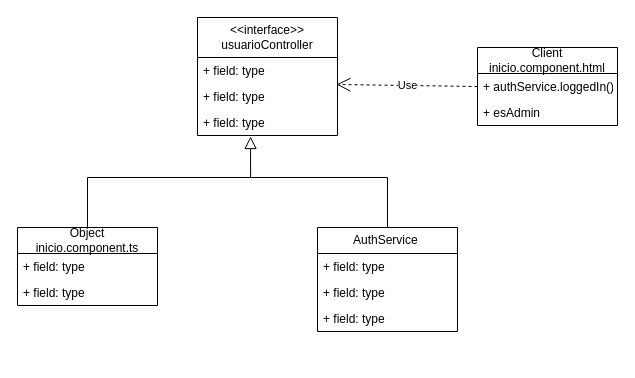
JorgeADnro/Torres keeps this draw.io diagram as Diagramas/ProxyUML.drawio. Above is the earlier version. Source tidied: cells renumbered, new cells numbered last; positions are measured from the earlier drawing's top-left corner, leaving out a move shared by most shapes. Both pictures are drawn from the tidied source at 100%, with x=0, y=0 at pixel (17, 17).
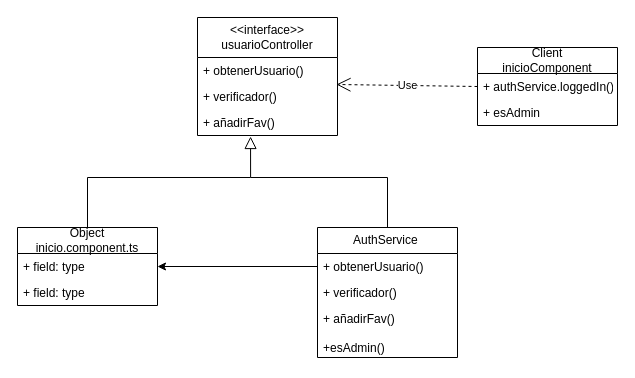
The same page after the edit.

Unchanged cells that the change refers to:
```xml
<mxCell id="2" value="&amp;lt;&amp;lt;interface&amp;gt;&amp;gt;&lt;br&gt;usuarioController" style="swimlane;fontStyle=0;horizontal=1;startSize=40;fillColor=none;whiteSpace=wrap;html=1;" parent="1" vertex="1">
  <mxGeometry x="180" width="140" height="118" as="geometry" />
</mxCell>
<mxCell id="10" value="+ field: type" style="text;strokeColor=none;fillColor=none;align=left;verticalAlign=top;spacingLeft=4;spacingRight=4;overflow=hidden;points=[[0,0.5],[1,0.5]];portConstraint=eastwest;whiteSpace=wrap;html=1;" parent="9" vertex="1">
  <mxGeometry y="26" width="140" height="26" as="geometry" />
</mxCell>
```

Diff of the diagram source:
```diff
@@
-    <mxCell id="3" value="+ field: type" style="text;strokeColor=none;fillColor=none;align=left;verticalAlign=top;spacingLeft=4;spacingRight=4;overflow=hidden;whiteSpace=wrap;html=1;" parent="2" vertex="1">
+    <mxCell id="3" value="+&amp;nbsp;obtenerUsuario()" style="text;strokeColor=none;fillColor=none;align=left;verticalAlign=top;spacingLeft=4;spacingRight=4;overflow=hidden;whiteSpace=wrap;html=1;" parent="2" vertex="1">
       <mxGeometry y="40" width="140" height="26" as="geometry" />
     </mxCell>
-    <mxCell id="4" value="+ field: type" style="text;strokeColor=none;fillColor=none;align=left;verticalAlign=top;spacingLeft=4;spacingRight=4;overflow=hidden;points=[[0,0.5],[1,0.5]];portConstraint=eastwest;whiteSpace=wrap;html=1;" parent="2" vertex="1">
+    <mxCell id="4" value="+&amp;nbsp;verificador()" style="text;strokeColor=none;fillColor=none;align=left;verticalAlign=top;spacingLeft=4;spacingRight=4;overflow=hidden;points=[[0,0.5],[1,0.5]];portConstraint=eastwest;whiteSpace=wrap;html=1;" parent="2" vertex="1">
       <mxGeometry y="66" width="140" height="26" as="geometry" />
     </mxCell>
-    <mxCell id="5" value="+ field: type" style="text;strokeColor=none;fillColor=none;align=left;verticalAlign=top;spacingLeft=4;spacingRight=4;overflow=hidden;points=[[0,0.5],[1,0.5]];portConstraint=eastwest;whiteSpace=wrap;html=1;" parent="2" vertex="1">
+    <mxCell id="5" value="+&amp;nbsp;añadirFav()" style="text;strokeColor=none;fillColor=none;align=left;verticalAlign=top;spacingLeft=4;spacingRight=4;overflow=hidden;points=[[0,0.5],[1,0.5]];portConstraint=eastwest;whiteSpace=wrap;html=1;" parent="2" vertex="1">
       <mxGeometry y="92" width="140" height="26" as="geometry" />
     </mxCell>
-    <mxCell id="6" value="Client&lt;br&gt;inicio.component.html" style="swimlane;fontStyle=0;horizontal=1;startSize=26;fillColor=none;whiteSpace=wrap;html=1;" parent="1" vertex="1">
+    <mxCell id="6" value="Client&lt;br&gt;inicioComponent" style="swimlane;fontStyle=0;horizontal=1;startSize=26;fillColor=none;whiteSpace=wrap;html=1;" parent="1" vertex="1">
       <mxGeometry x="460" y="30" width="140" height="78" as="geometry" />
     </mxCell>
@@
     <mxCell id="12" value="AuthService&amp;nbsp;" style="swimlane;fontStyle=0;horizontal=1;startSize=26;fillColor=none;whiteSpace=wrap;html=1;" parent="1" vertex="1">
-      <mxGeometry x="300" y="210" width="140" height="104" as="geometry" />
+      <mxGeometry x="300" y="210" width="140" height="130" as="geometry" />
     </mxCell>
-    <mxCell id="13" value="+ field: type" style="text;strokeColor=none;fillColor=none;align=left;verticalAlign=top;spacingLeft=4;spacingRight=4;overflow=hidden;points=[[0,0.5],[1,0.5]];portConstraint=eastwest;whiteSpace=wrap;html=1;" parent="12" vertex="1">
+    <mxCell id="13" value="+ obtenerUsuario()&lt;br&gt;" style="text;strokeColor=none;fillColor=none;align=left;verticalAlign=top;spacingLeft=4;spacingRight=4;overflow=hidden;points=[[0,0.5],[1,0.5]];portConstraint=eastwest;whiteSpace=wrap;html=1;" parent="12" vertex="1">
       <mxGeometry y="26" width="140" height="26" as="geometry" />
     </mxCell>
-    <mxCell id="14" value="+ field: type" style="text;strokeColor=none;fillColor=none;align=left;verticalAlign=top;spacingLeft=4;spacingRight=4;overflow=hidden;whiteSpace=wrap;html=1;" parent="12" vertex="1">
+    <mxCell id="14" value="+&amp;nbsp;verificador()" style="text;strokeColor=none;fillColor=none;align=left;verticalAlign=top;spacingLeft=4;spacingRight=4;overflow=hidden;whiteSpace=wrap;html=1;" parent="12" vertex="1">
       <mxGeometry y="52" width="140" height="26" as="geometry" />
     </mxCell>
-    <mxCell id="15" value="+ field: type" style="text;strokeColor=none;fillColor=none;align=left;verticalAlign=top;spacingLeft=4;spacingRight=4;overflow=hidden;whiteSpace=wrap;html=1;" parent="12" vertex="1">
-      <mxGeometry y="78" width="140" height="26" as="geometry" />
+    <mxCell id="15" value="+&amp;nbsp;añadirFav()&lt;br&gt;&lt;br&gt;+esAdmin()" style="text;strokeColor=none;fillColor=none;align=left;verticalAlign=top;spacingLeft=4;spacingRight=4;overflow=hidden;whiteSpace=wrap;html=1;" parent="12" vertex="1">
+      <mxGeometry y="78" width="140" height="52" as="geometry" />
     </mxCell>
@@
+    <mxCell id="19" style="edgeStyle=orthogonalEdgeStyle;rounded=0;jettySize=auto;html=1;exitX=0;exitY=0.5;exitDx=0;exitDy=0;entryX=1;entryY=0.5;entryDx=0;entryDy=0;" parent="1" edge="1" source="13" target="10">
+      <mxGeometry relative="1" as="geometry" />
+    </mxCell>
```
